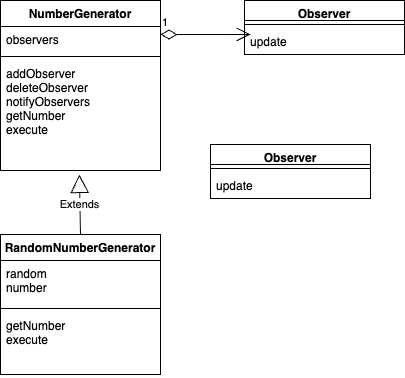
naokikotani/design_pattern keeps this draw.io diagram as uml/drawio/observer.drawio.png. Above is the earlier version. Source tidied: cells renumbered, new cells last; positions are measured from the earlier drawing's top-left corner, leaving out a move shared by most shapes. The source it was exported from:
```xml
<mxGraphModel>
  <root>
    <mxCell id="0" />
    <mxCell id="1" parent="0" />
    <mxCell id="2" value="Observer" style="swimlane;fontStyle=1;align=center;verticalAlign=top;horizontal=1;startSize=20;" parent="1" vertex="1">
      <mxGeometry x="244" width="160" height="54" as="geometry" />
    </mxCell>
    <mxCell id="3" style="line;strokeWidth=1;fillColor=none;align=left;verticalAlign=middle;spacingTop=-1;spacingLeft=3;spacingRight=3;labelPosition=right;strokeColor=inherit;" parent="2" vertex="1">
      <mxGeometry y="20" width="160" height="8" as="geometry" />
    </mxCell>
    <mxCell id="4" value="update" style="text;strokeColor=none;fillColor=none;align=left;verticalAlign=top;spacingLeft=4;spacingRight=4;overflow=hidden;points=[[0,0.5],[1,0.5]];portConstraint=eastwest;" parent="2" vertex="1">
      <mxGeometry y="28" width="160" height="26" as="geometry" />
    </mxCell>
    <mxCell id="5" value="NumberGenerator" style="swimlane;fontStyle=1;align=center;verticalAlign=top;horizontal=1;startSize=26;" parent="1" vertex="1">
      <mxGeometry width="160" height="170" as="geometry" />
    </mxCell>
    <mxCell id="6" value="observers" style="text;strokeColor=none;fillColor=none;align=left;verticalAlign=top;spacingLeft=4;spacingRight=4;overflow=hidden;" parent="5" vertex="1">
      <mxGeometry y="26" width="160" height="26" as="geometry" />
    </mxCell>
    <mxCell id="7" style="line;strokeWidth=1;fillColor=none;align=left;verticalAlign=middle;spacingTop=-1;spacingLeft=3;spacingRight=3;labelPosition=right;strokeColor=inherit;" parent="5" vertex="1">
      <mxGeometry y="52" width="160" height="8" as="geometry" />
    </mxCell>
    <mxCell id="8" value="addObserver&#10;deleteObserver&#10;notifyObservers&#10;getNumber&#10;execute" style="text;strokeColor=none;fillColor=none;align=left;verticalAlign=top;spacingLeft=4;spacingRight=4;overflow=hidden;points=[[0,0.5],[1,0.5]];portConstraint=eastwest;" parent="5" vertex="1">
      <mxGeometry y="60" width="160" height="110" as="geometry" />
    </mxCell>
    <mxCell id="9" value="1" style="endArrow=open;html=1;endSize=12;startArrow=diamondThin;startSize=14;startFill=0;edgeStyle=orthogonalEdgeStyle;align=left;verticalAlign=bottom;entryX=0.038;entryY=0.231;entryDx=0;entryDy=0;entryPerimeter=0;" parent="1" edge="1" target="4">
      <mxGeometry x="-1" y="3" relative="1" as="geometry">
        <mxPoint x="160" y="34" as="sourcePoint" />
      </mxGeometry>
    </mxCell>
    <mxCell id="10" value="RandomNumberGenerator" style="swimlane;fontStyle=1;align=center;verticalAlign=top;horizontal=1;startSize=26;" parent="1" vertex="1">
      <mxGeometry y="234" width="160" height="140" as="geometry" />
    </mxCell>
    <mxCell id="11" value="random&#10;number" style="text;strokeColor=none;fillColor=none;align=left;verticalAlign=top;spacingLeft=4;spacingRight=4;overflow=hidden;" parent="10" vertex="1">
      <mxGeometry y="26" width="160" height="44" as="geometry" />
    </mxCell>
    <mxCell id="12" style="line;strokeWidth=1;fillColor=none;align=left;verticalAlign=middle;spacingTop=-1;spacingLeft=3;spacingRight=3;labelPosition=right;strokeColor=inherit;" parent="10" vertex="1">
      <mxGeometry y="70" width="160" height="8" as="geometry" />
    </mxCell>
    <mxCell id="13" value="getNumber&#10;execute" style="text;strokeColor=none;fillColor=none;align=left;verticalAlign=top;spacingLeft=4;spacingRight=4;overflow=hidden;" parent="10" vertex="1">
      <mxGeometry y="78" width="160" height="62" as="geometry" />
    </mxCell>
    <mxCell id="14" value="Extends" style="endArrow=block;endSize=16;endFill=0;html=1;exitX=0.5;exitY=0;exitDx=0;exitDy=0;entryX=0.493;entryY=1.036;entryDx=0;entryDy=0;entryPerimeter=0;" parent="1" edge="1" source="10" target="8">
      <mxGeometry relative="1" as="geometry" />
    </mxCell>
    <mxCell id="15" value="Observer" style="swimlane;fontStyle=1;align=center;verticalAlign=top;horizontal=1;startSize=20;" parent="1" vertex="1">
      <mxGeometry x="210" y="144" width="160" height="54" as="geometry" />
    </mxCell>
    <mxCell id="16" style="line;strokeWidth=1;fillColor=none;align=left;verticalAlign=middle;spacingTop=-1;spacingLeft=3;spacingRight=3;labelPosition=right;strokeColor=inherit;" parent="15" vertex="1">
      <mxGeometry y="20" width="160" height="8" as="geometry" />
    </mxCell>
    <mxCell id="17" value="update" style="text;strokeColor=none;fillColor=none;align=left;verticalAlign=top;spacingLeft=4;spacingRight=4;overflow=hidden;" parent="15" vertex="1">
      <mxGeometry y="28" width="160" height="26" as="geometry" />
    </mxCell>
  </root>
</mxGraphModel>
```
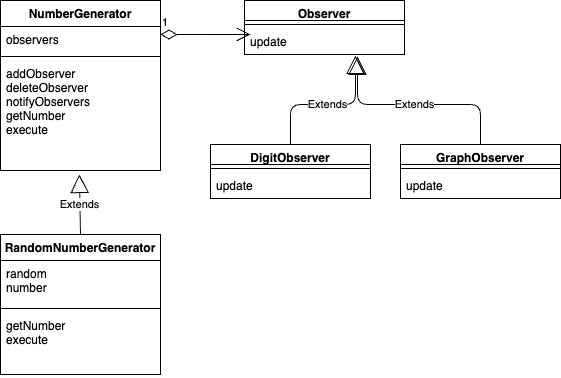
After the commit.

Change to the diagram source:
```diff
@@ -43,7 +43,7 @@
     <mxCell id="14" value="Extends" style="endArrow=block;endSize=16;endFill=0;html=1;exitX=0.5;exitY=0;exitDx=0;exitDy=0;entryX=0.493;entryY=1.036;entryDx=0;entryDy=0;entryPerimeter=0;" parent="1" edge="1" source="10" target="8">
       <mxGeometry relative="1" as="geometry" />
     </mxCell>
-    <mxCell id="15" value="Observer" style="swimlane;fontStyle=1;align=center;verticalAlign=top;horizontal=1;startSize=20;" parent="1" vertex="1">
+    <mxCell id="15" value="DigitObserver" style="swimlane;fontStyle=1;align=center;verticalAlign=top;horizontal=1;startSize=20;" parent="1" vertex="1">
       <mxGeometry x="210" y="144" width="160" height="54" as="geometry" />
     </mxCell>
     <mxCell id="16" style="line;strokeWidth=1;fillColor=none;align=left;verticalAlign=middle;spacingTop=-1;spacingLeft=3;spacingRight=3;labelPosition=right;strokeColor=inherit;" parent="15" vertex="1">
@@ -52,5 +52,32 @@
     <mxCell id="17" value="update" style="text;strokeColor=none;fillColor=none;align=left;verticalAlign=top;spacingLeft=4;spacingRight=4;overflow=hidden;" parent="15" vertex="1">
       <mxGeometry y="28" width="160" height="26" as="geometry" />
     </mxCell>
+    <mxCell id="18" value="GraphObserver" style="swimlane;fontStyle=1;align=center;verticalAlign=top;horizontal=1;startSize=20;" parent="1" vertex="1">
+      <mxGeometry x="400" y="144" width="160" height="54" as="geometry" />
+    </mxCell>
+    <mxCell id="19" style="line;strokeWidth=1;fillColor=none;align=left;verticalAlign=middle;spacingTop=-1;spacingLeft=3;spacingRight=3;labelPosition=right;strokeColor=inherit;" parent="18" vertex="1">
+      <mxGeometry y="20" width="160" height="8" as="geometry" />
+    </mxCell>
+    <mxCell id="20" value="update" style="text;strokeColor=none;fillColor=none;align=left;verticalAlign=top;spacingLeft=4;spacingRight=4;overflow=hidden;" parent="18" vertex="1">
+      <mxGeometry y="28" width="160" height="26" as="geometry" />
+    </mxCell>
+    <mxCell id="21" value="Extends" style="endArrow=block;endSize=16;endFill=0;html=1;exitX=0.5;exitY=0;exitDx=0;exitDy=0;entryX=0.693;entryY=1.035;entryDx=0;entryDy=0;entryPerimeter=0;" parent="1" edge="1" source="15" target="4">
+      <mxGeometry relative="1" as="geometry">
+        <Array as="points">
+          <mxPoint x="290" y="104" />
+          <mxPoint x="355" y="104" />
+        </Array>
+      </mxGeometry>
+    </mxCell>
+    <mxCell id="22" value="Extends" style="endArrow=block;endSize=16;endFill=0;html=1;exitX=0.5;exitY=0;exitDx=0;exitDy=0;entryX=0.706;entryY=1.074;entryDx=0;entryDy=0;entryPerimeter=0;" parent="1" edge="1" source="18" target="4">
+      <mxGeometry relative="1" as="geometry">
+        <Array as="points">
+          <mxPoint x="480" y="104" />
+          <mxPoint x="430" y="104" />
+          <mxPoint x="357" y="104" />
+          <mxPoint x="357" y="74" />
+        </Array>
+      </mxGeometry>
+    </mxCell>
   </root>
 </mxGraphModel>
```
